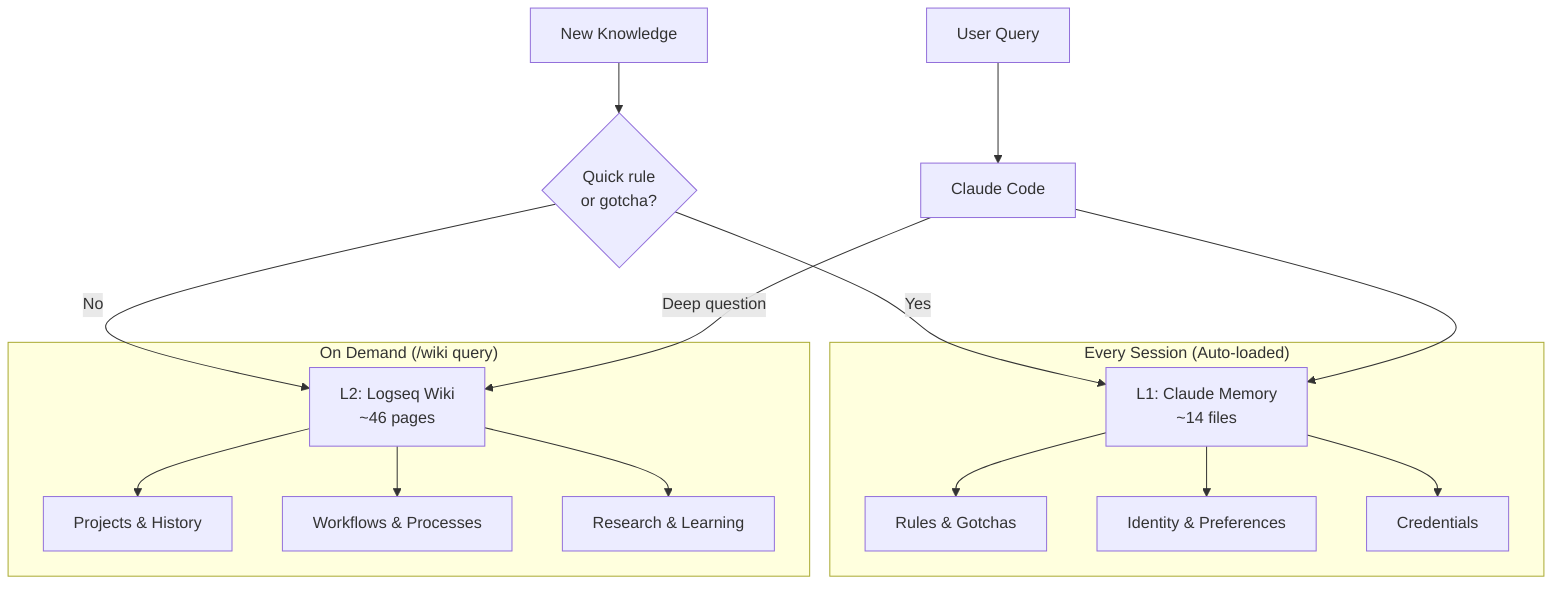
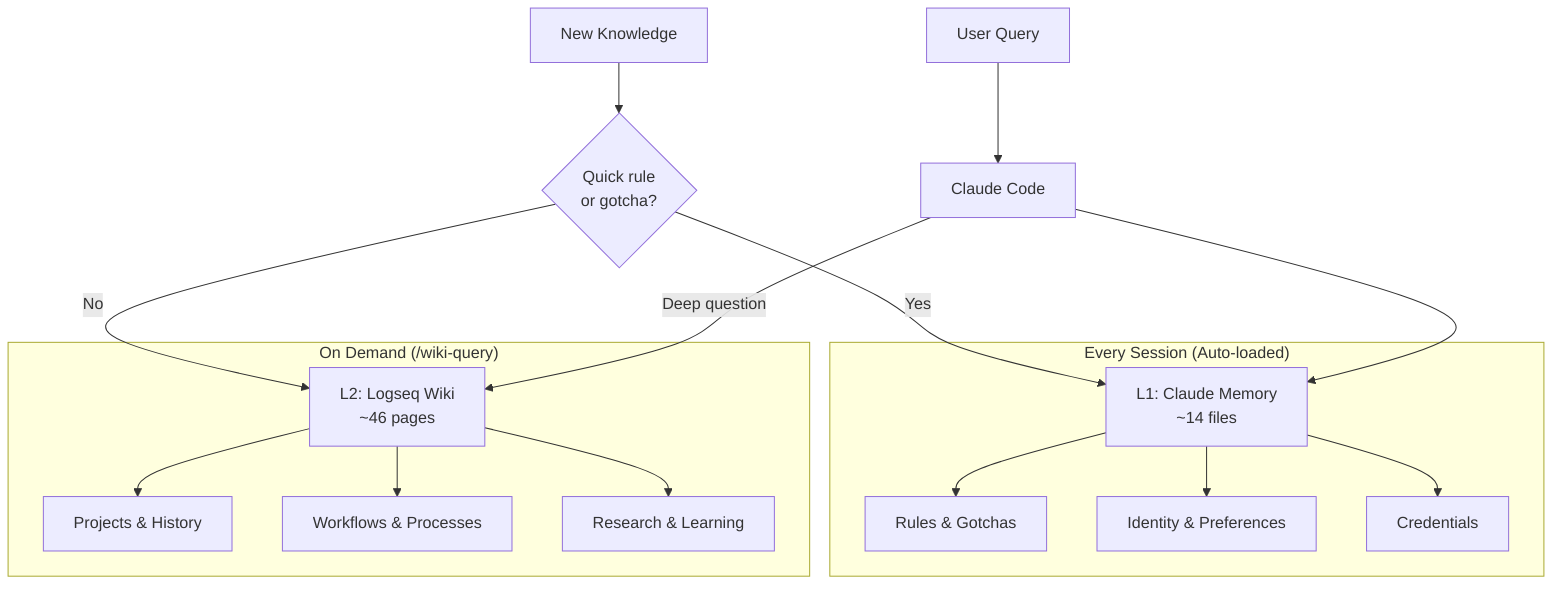
graph TB
    subgraph "Every Session (Auto-loaded)"
        L1[L1: Claude Memory<br/>~14 files]
        L1R[Rules & Gotchas]
        L1I[Identity & Preferences]
        L1C[Credentials]
        L1 --> L1R
        L1 --> L1I
        L1 --> L1C
    end

-     subgraph "On Demand (/wiki query)"
+     subgraph "On Demand (/wiki-query)"
        L2[L2: Logseq Wiki<br/>~46 pages]
        L2P[Projects & History]
        L2W[Workflows & Processes]
        L2K[Research & Learning]
        L2 --> L2P
        L2 --> L2W
        L2 --> L2K
    end

    NEW[New Knowledge] --> ROUTE{Quick rule<br/>or gotcha?}
    ROUTE -->|Yes| L1
    ROUTE -->|No| L2

    USER[User Query] --> CLAUDE[Claude Code]
    CLAUDE --> L1
    CLAUDE -->|Deep question| L2